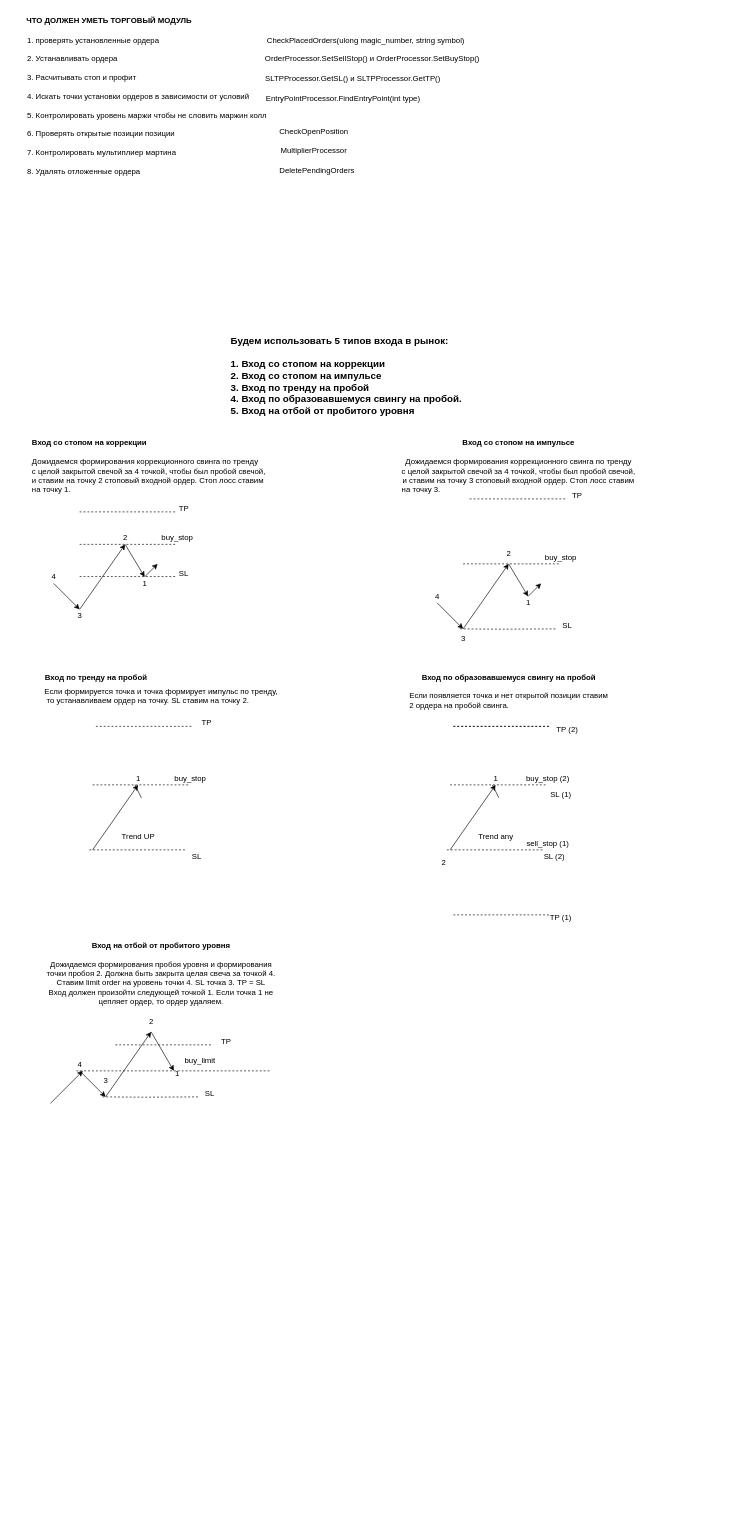
This is Schemas/Trade/Text Info about classes.drawio from Sleem28/Thesis-project, a draw.io file, before an edit. Source tidied: cells renumbered, new cells numbered last; positions are measured from the earlier drawing's top-left corner, leaving out a move shared by most shapes. Both pictures are drawn from the tidied source at 65%, with x=0, y=0 at pixel (18, 11).
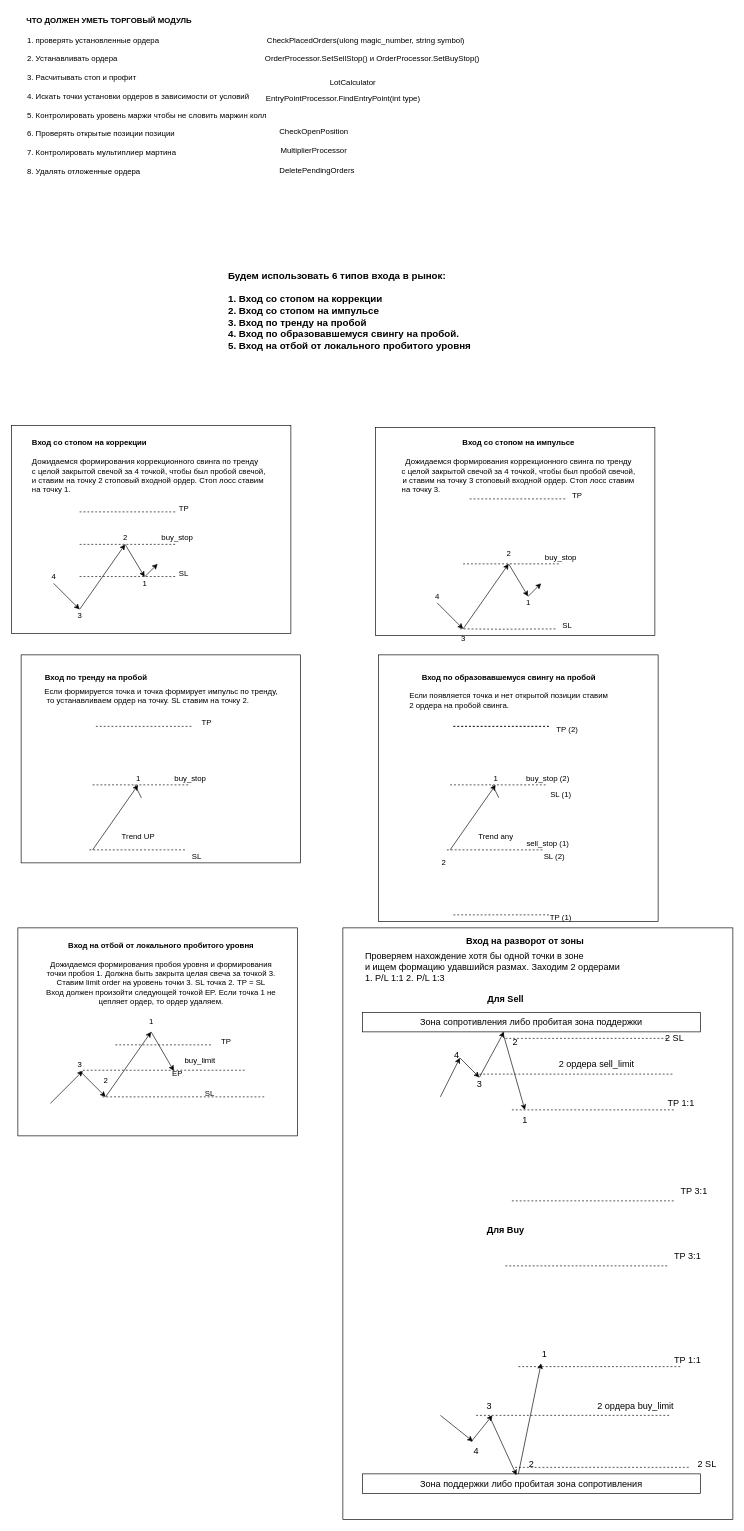
The same diagram, later.

Change to the diagram source:
```diff
@@
-    <mxCell id="4" value="&lt;div style=&quot;text-align: justify; font-size: 15px;&quot;&gt;&lt;span style=&quot;background-color: initial; font-size: 15px;&quot;&gt;Будем использовать 5 типов входа в рынок:&lt;/span&gt;&lt;/div&gt;&lt;div style=&quot;text-align: justify; font-size: 15px;&quot;&gt;&lt;span style=&quot;background-color: initial; font-size: 15px;&quot;&gt;&lt;br&gt;&lt;/span&gt;&lt;/div&gt;&lt;div style=&quot;text-align: justify; font-size: 15px;&quot;&gt;&lt;span style=&quot;background-color: initial; font-size: 15px;&quot;&gt;1. Вход со стопом на коррекции&lt;/span&gt;&lt;/div&gt;&lt;div style=&quot;text-align: justify; font-size: 15px;&quot;&gt;&lt;span style=&quot;background-color: initial; font-size: 15px;&quot;&gt;2. Вход со стопом на импульсе&lt;/span&gt;&lt;/div&gt;&lt;div style=&quot;text-align: justify; font-size: 15px;&quot;&gt;&lt;span style=&quot;background-color: initial; font-size: 15px;&quot;&gt;3. Вход по тренду на пробой&lt;/span&gt;&lt;/div&gt;&lt;div style=&quot;text-align: justify; font-size: 15px;&quot;&gt;&lt;span style=&quot;background-color: initial; font-size: 15px;&quot;&gt;4. Вход по образовавшемуся свингу на пробой.&lt;/span&gt;&lt;/div&gt;&lt;div style=&quot;text-align: justify; font-size: 15px;&quot;&gt;&lt;span style=&quot;background-color: initial; font-size: 15px;&quot;&gt;5. Вход на отбой от пробитого уровня&lt;/span&gt;&lt;/div&gt;" style="text;html=1;align=center;verticalAlign=middle;strokeColor=none;fillColor=none;fontSize=15;fontStyle=1;" parent="1" vertex="1">
-      <mxGeometry x="315" y="490" width="380" height="140" as="geometry" />
+    <mxCell id="4" value="&lt;div style=&quot;text-align: justify; font-size: 15px;&quot;&gt;&lt;span style=&quot;background-color: initial; font-size: 15px;&quot;&gt;Будем использовать 6 типов входа в рынок:&lt;/span&gt;&lt;/div&gt;&lt;div style=&quot;text-align: justify; font-size: 15px;&quot;&gt;&lt;span style=&quot;background-color: initial; font-size: 15px;&quot;&gt;&lt;br&gt;&lt;/span&gt;&lt;/div&gt;&lt;div style=&quot;text-align: justify; font-size: 15px;&quot;&gt;&lt;span style=&quot;background-color: initial; font-size: 15px;&quot;&gt;1. Вход со стопом на коррекции&lt;/span&gt;&lt;/div&gt;&lt;div style=&quot;text-align: justify; font-size: 15px;&quot;&gt;&lt;span style=&quot;background-color: initial; font-size: 15px;&quot;&gt;2. Вход со стопом на импульсе&lt;/span&gt;&lt;/div&gt;&lt;div style=&quot;text-align: justify; font-size: 15px;&quot;&gt;&lt;span style=&quot;background-color: initial; font-size: 15px;&quot;&gt;3. Вход по тренду на пробой&lt;/span&gt;&lt;/div&gt;&lt;div style=&quot;text-align: justify; font-size: 15px;&quot;&gt;&lt;span style=&quot;background-color: initial; font-size: 15px;&quot;&gt;4. Вход по образовавшемуся свингу на пробой.&lt;/span&gt;&lt;/div&gt;&lt;div style=&quot;text-align: justify; font-size: 15px;&quot;&gt;&lt;span style=&quot;background-color: initial; font-size: 15px;&quot;&gt;5. Вход на отбой от локального пробитого уровня&lt;/span&gt;&lt;/div&gt;" style="text;html=1;align=center;verticalAlign=middle;strokeColor=none;fillColor=none;fontSize=15;fontStyle=1;" parent="1" vertex="1">
+      <mxGeometry x="310" y="390" width="400" height="140" as="geometry" />
     </mxCell>
@@
-    <mxCell id="67" value="SLTPProcessor.GetSL() и SLTPProcessor.GetTP()&lt;br&gt;&amp;nbsp;" style="text;html=1;align=center;verticalAlign=middle;strokeColor=none;fillColor=none;" parent="1" vertex="1">
-      <mxGeometry x="370" y="90" width="290" height="40" as="geometry" />
+    <mxCell id="67" value="LotCalculator" style="text;html=1;align=center;verticalAlign=middle;strokeColor=none;fillColor=none;" parent="1" vertex="1">
+      <mxGeometry x="470" y="95" width="90" height="30" as="geometry" />
     </mxCell>
@@
-    <mxCell id="72" value="&lt;b style=&quot;text-align: left;&quot;&gt;Вход на отбой от пробитого уровня&lt;br&gt;&lt;/b&gt;&lt;br style=&quot;text-align: left;&quot;&gt;&lt;span style=&quot;text-align: left;&quot;&gt;Дожидаемся формирования пробоя уровня и формирования&lt;br&gt;&lt;/span&gt;&lt;span style=&quot;text-align: left;&quot;&gt;точки пробоя 2. Должна быть закрыта целая свеча за точкой 4.&lt;br&gt;Ставим limit order на уровень точки 4. SL точка 3. TP = SL&lt;br&gt;Вход должен произойти следующей точкой 1. Если точка 1 не&lt;br&gt;цепляет ордер, то ордер удаляем.&lt;br&gt;&lt;/span&gt;" style="text;html=1;align=center;verticalAlign=middle;strokeColor=none;fillColor=none;fontSize=12;" parent="1" vertex="1">
+    <mxCell id="72" value="&lt;b style=&quot;text-align: left;&quot;&gt;Вход на отбой от локального пробитого уровня&lt;br&gt;&lt;/b&gt;&lt;br style=&quot;text-align: left;&quot;&gt;&lt;span style=&quot;text-align: left;&quot;&gt;Дожидаемся формирования пробоя уровня и формирования&lt;br&gt;&lt;/span&gt;&lt;span style=&quot;text-align: left;&quot;&gt;точки пробоя 1. Должна быть закрыта целая свеча за точкой 3.&lt;br&gt;Ставим limit order на уровень точки 3. SL точка 2. TP = SL&lt;br&gt;Вход должен произойти следующей точкой EP. Если точка 1 не&lt;br&gt;цепляет ордер, то ордер удаляем.&lt;/span&gt;&lt;span style=&quot;text-align: left;&quot;&gt;&lt;br&gt;&lt;/span&gt;" style="text;html=1;align=center;verticalAlign=middle;strokeColor=none;fillColor=none;fontSize=12;" parent="1" vertex="1">
       <mxGeometry x="30" y="1425" width="380" height="110" as="geometry" />
     </mxCell>
@@
-    <mxCell id="76" value="4" style="text;html=1;align=center;verticalAlign=middle;strokeColor=none;fillColor=none;" parent="1" vertex="1">
+    <mxCell id="76" value="3" style="text;html=1;align=center;verticalAlign=middle;strokeColor=none;fillColor=none;" parent="1" vertex="1">
       <mxGeometry x="80" y="1605" width="30" height="30" as="geometry" />
     </mxCell>
-    <mxCell id="77" value="2" style="text;html=1;align=center;verticalAlign=middle;strokeColor=none;fillColor=none;" parent="1" vertex="1">
+    <mxCell id="77" value="1" style="text;html=1;align=center;verticalAlign=middle;strokeColor=none;fillColor=none;" parent="1" vertex="1">
       <mxGeometry x="190" y="1540" width="30" height="30" as="geometry" />
     </mxCell>
-    <mxCell id="78" value="1" style="text;html=1;align=center;verticalAlign=middle;strokeColor=none;fillColor=none;" parent="1" vertex="1">
-      <mxGeometry x="230" y="1620" width="30" height="30" as="geometry" />
+    <mxCell id="78" value="EP" style="text;html=1;align=center;verticalAlign=middle;strokeColor=none;fillColor=none;" parent="1" vertex="1">
+      <mxGeometry x="225" y="1620" width="40" height="30" as="geometry" />
     </mxCell>
     <mxCell id="79" style="endArrow=none;dashed=1;html=1;rounded=0;" parent="1" edge="1">
       <mxGeometry relative="1" as="geometry">
-        <mxPoint x="90" y="1630" as="sourcePoint" />
-        <mxPoint x="390" y="1630" as="targetPoint" />
+        <mxPoint x="710" y="1635" as="sourcePoint" />
+        <mxPoint x="1010" y="1635" as="targetPoint" />
       </mxGeometry>
     </mxCell>
@@
-    <mxCell id="83" value="3" style="text;html=1;align=center;verticalAlign=middle;strokeColor=none;fillColor=none;" parent="1" vertex="1">
+    <mxCell id="83" value="2" style="text;html=1;align=center;verticalAlign=middle;strokeColor=none;fillColor=none;" parent="1" vertex="1">
       <mxGeometry x="120" y="1630" width="30" height="30" as="geometry" />
     </mxCell>
-    <mxCell id="84" style="endArrow=none;dashed=1;html=1;rounded=0;" parent="1" edge="1">
-      <mxGeometry relative="1" as="geometry">
-        <mxPoint x="130" y="1670" as="sourcePoint" />
-        <mxPoint x="280" y="1670" as="targetPoint" />
-        <Array as="points">
-          <mxPoint x="195" y="1670.5" />
-        </Array>
-      </mxGeometry>
-    </mxCell>
@@
+    <mxCell id="87" value="&lt;font style=&quot;font-size: 14px;&quot;&gt;&lt;b&gt;Вход на разворот от зоны&lt;/b&gt;&lt;/font&gt;" style="text;html=1;align=center;verticalAlign=middle;strokeColor=none;fillColor=none;fontSize=13;" parent="1" vertex="1">
+      <mxGeometry x="680" y="1415" width="200" height="30" as="geometry" />
+    </mxCell>
+    <mxCell id="88" value="&lt;div style=&quot;text-align: justify;&quot;&gt;&lt;span style=&quot;background-color: initial;&quot;&gt;Проверяем нахождение хотя бы одной точки в зоне&lt;/span&gt;&lt;/div&gt;&lt;div style=&quot;text-align: justify;&quot;&gt;&lt;span style=&quot;background-color: initial;&quot;&gt;и ищем формацию удавшийся размах. Заходим 2 ордерами&lt;/span&gt;&lt;/div&gt;&lt;div style=&quot;text-align: justify;&quot;&gt;&lt;span style=&quot;background-color: initial;&quot;&gt;1. P/L 1:1 2. P/L 1:3&lt;/span&gt;&lt;/div&gt;" style="text;html=1;align=center;verticalAlign=middle;strokeColor=none;fillColor=none;fontSize=14;" parent="1" vertex="1">
+      <mxGeometry x="520" y="1440" width="420" height="60" as="geometry" />
+    </mxCell>
+    <mxCell id="89" value="Зона сопротивления либо пробитая зона поддержки" style="rounded=0;whiteSpace=wrap;html=1;fontSize=14;" parent="1" vertex="1">
+      <mxGeometry x="530" y="1540" width="520" height="30" as="geometry" />
+    </mxCell>
+    <mxCell id="90" style="endArrow=classic;html=1;rounded=0;fontSize=14;" parent="1" edge="1">
+      <mxGeometry relative="1" as="geometry">
+        <mxPoint x="650" y="1670" as="sourcePoint" />
+        <mxPoint x="680" y="1610" as="targetPoint" />
+      </mxGeometry>
+    </mxCell>
+    <mxCell id="91" style="endArrow=classic;html=1;rounded=0;fontSize=14;" parent="1" edge="1">
+      <mxGeometry relative="1" as="geometry">
+        <mxPoint x="680" y="1610" as="sourcePoint" />
+        <mxPoint x="710" y="1640" as="targetPoint" />
+      </mxGeometry>
+    </mxCell>
+    <mxCell id="92" style="endArrow=classic;html=1;rounded=0;fontSize=14;entryX=0.419;entryY=1;entryDx=0;entryDy=0;entryPerimeter=0;" parent="1" edge="1" target="89">
+      <mxGeometry relative="1" as="geometry">
+        <mxPoint x="710" y="1640" as="sourcePoint" />
+      </mxGeometry>
+    </mxCell>
+    <mxCell id="93" style="endArrow=classic;html=1;rounded=0;fontSize=14;exitX=0.415;exitY=1;exitDx=0;exitDy=0;exitPerimeter=0;" parent="1" edge="1" source="89">
+      <mxGeometry relative="1" as="geometry">
+        <mxPoint x="780" y="1690" as="targetPoint" />
+      </mxGeometry>
+    </mxCell>
+    <mxCell id="94" value="1" style="text;html=1;align=center;verticalAlign=middle;strokeColor=none;fillColor=none;fontSize=14;" parent="1" vertex="1">
+      <mxGeometry x="765" y="1690" width="30" height="30" as="geometry" />
+    </mxCell>
+    <mxCell id="95" value="2" style="text;html=1;align=center;verticalAlign=middle;strokeColor=none;fillColor=none;fontSize=14;" parent="1" vertex="1">
+      <mxGeometry x="750" y="1570" width="30" height="30" as="geometry" />
+    </mxCell>
+    <mxCell id="96" value="3" style="text;html=1;align=center;verticalAlign=middle;strokeColor=none;fillColor=none;fontSize=14;" parent="1" vertex="1">
+      <mxGeometry x="695" y="1635" width="30" height="30" as="geometry" />
+    </mxCell>
+    <mxCell id="97" value="4" style="text;html=1;align=center;verticalAlign=middle;strokeColor=none;fillColor=none;fontSize=14;" parent="1" vertex="1">
+      <mxGeometry x="660" y="1590" width="30" height="30" as="geometry" />
+    </mxCell>
+    <mxCell id="98" value="&lt;b&gt;Для Sell&lt;/b&gt;" style="text;html=1;align=center;verticalAlign=middle;strokeColor=none;fillColor=none;fontSize=14;" parent="1" vertex="1">
+      <mxGeometry x="710" y="1505" width="80" height="30" as="geometry" />
+    </mxCell>
+    <mxCell id="99" style="endArrow=none;dashed=1;html=1;rounded=0;fontSize=14;" parent="1" edge="1">
+      <mxGeometry relative="1" as="geometry">
+        <mxPoint x="130" y="1670" as="sourcePoint" />
+        <mxPoint x="380" y="1670" as="targetPoint" />
+      </mxGeometry>
+    </mxCell>
+    <mxCell id="100" style="endArrow=none;dashed=1;html=1;rounded=0;fontSize=14;" parent="1" edge="1">
+      <mxGeometry relative="1" as="geometry">
+        <mxPoint x="750" y="1580" as="sourcePoint" />
+        <mxPoint x="1000" y="1580" as="targetPoint" />
+      </mxGeometry>
+    </mxCell>
+    <mxCell id="101" style="endArrow=none;dashed=1;html=1;rounded=0;fontSize=14;" parent="1" edge="1">
+      <mxGeometry relative="1" as="geometry">
+        <mxPoint x="760" y="1690" as="sourcePoint" />
+        <mxPoint x="1010" y="1690" as="targetPoint" />
+      </mxGeometry>
+    </mxCell>
+    <mxCell id="102" style="endArrow=none;dashed=1;html=1;rounded=0;fontSize=14;" parent="1" edge="1">
+      <mxGeometry relative="1" as="geometry">
+        <mxPoint x="760" y="1830" as="sourcePoint" />
+        <mxPoint x="1010" y="1830" as="targetPoint" />
+      </mxGeometry>
+    </mxCell>
+    <mxCell id="103" value="2 ордера sell_limit" style="text;html=1;align=center;verticalAlign=middle;strokeColor=none;fillColor=none;fontSize=14;" parent="1" vertex="1">
+      <mxGeometry x="820" y="1605" width="140" height="30" as="geometry" />
+    </mxCell>
+    <mxCell id="104" value="2 SL" style="text;html=1;align=center;verticalAlign=middle;strokeColor=none;fillColor=none;fontSize=14;" parent="1" vertex="1">
+      <mxGeometry x="985" y="1565" width="50" height="30" as="geometry" />
+    </mxCell>
+    <mxCell id="105" value="TP 1:1" style="text;html=1;align=center;verticalAlign=middle;strokeColor=none;fillColor=none;fontSize=14;" parent="1" vertex="1">
+      <mxGeometry x="990" y="1665" width="60" height="30" as="geometry" />
+    </mxCell>
+    <mxCell id="106" value="TP 3:1" style="text;html=1;align=center;verticalAlign=middle;strokeColor=none;fillColor=none;fontSize=14;" parent="1" vertex="1">
+      <mxGeometry x="1010" y="1800" width="60" height="30" as="geometry" />
+    </mxCell>
+    <mxCell id="107" value="&lt;b&gt;Для Buy&lt;/b&gt;" style="text;html=1;align=center;verticalAlign=middle;strokeColor=none;fillColor=none;fontSize=14;" parent="1" vertex="1">
+      <mxGeometry x="710" y="1860" width="80" height="30" as="geometry" />
+    </mxCell>
+    <mxCell id="108" value="Зона поддержки либо пробитая зона сопротивления" style="rounded=0;whiteSpace=wrap;html=1;fontSize=14;" parent="1" vertex="1">
+      <mxGeometry x="530" y="2250" width="520" height="30" as="geometry" />
+    </mxCell>
+    <mxCell id="109" style="endArrow=none;dashed=1;html=1;rounded=0;" parent="1" edge="1">
+      <mxGeometry relative="1" as="geometry">
+        <mxPoint x="705" y="2160" as="sourcePoint" />
+        <mxPoint x="1005" y="2160" as="targetPoint" />
+      </mxGeometry>
+    </mxCell>
+    <mxCell id="110" style="endArrow=classic;html=1;rounded=0;fontSize=14;" parent="1" edge="1">
+      <mxGeometry relative="1" as="geometry">
+        <mxPoint x="650" y="2160" as="sourcePoint" />
+        <mxPoint x="700" y="2200" as="targetPoint" />
+      </mxGeometry>
+    </mxCell>
+    <mxCell id="111" style="endArrow=classic;html=1;rounded=0;fontSize=14;exitX=0.233;exitY=0.033;exitDx=0;exitDy=0;exitPerimeter=0;" parent="1" edge="1" source="114">
+      <mxGeometry relative="1" as="geometry">
+        <mxPoint x="730" y="2160" as="targetPoint" />
+      </mxGeometry>
+    </mxCell>
+    <mxCell id="112" value="1" style="text;html=1;align=center;verticalAlign=middle;strokeColor=none;fillColor=none;fontSize=14;" parent="1" vertex="1">
+      <mxGeometry x="795" y="2050" width="30" height="30" as="geometry" />
+    </mxCell>
+    <mxCell id="113" value="3" style="text;html=1;align=center;verticalAlign=middle;strokeColor=none;fillColor=none;fontSize=14;" parent="1" vertex="1">
+      <mxGeometry x="710" y="2130" width="30" height="30" as="geometry" />
+    </mxCell>
+    <mxCell id="114" value="4" style="text;html=1;align=center;verticalAlign=middle;points=[];strokeColor=none;fillColor=none;fontSize=14;" parent="1" vertex="1">
+      <mxGeometry x="690" y="2200" width="30" height="30" as="geometry" />
+    </mxCell>
+    <mxCell id="115" style="endArrow=none;dashed=1;html=1;rounded=0;fontSize=14;" parent="1" edge="1">
+      <mxGeometry relative="1" as="geometry">
+        <mxPoint x="765" y="2240" as="sourcePoint" />
+        <mxPoint x="1035" y="2240" as="targetPoint" />
+      </mxGeometry>
+    </mxCell>
+    <mxCell id="116" style="endArrow=none;dashed=1;html=1;rounded=0;fontSize=14;" parent="1" edge="1">
+      <mxGeometry relative="1" as="geometry">
+        <mxPoint x="750" y="1930" as="sourcePoint" />
+        <mxPoint x="1000" y="1930" as="targetPoint" />
+      </mxGeometry>
+    </mxCell>
+    <mxCell id="117" value="2 ордера buy_limit" style="text;html=1;align=center;verticalAlign=middle;strokeColor=none;fillColor=none;fontSize=14;" parent="1" vertex="1">
+      <mxGeometry x="880" y="2130" width="140" height="30" as="geometry" />
+    </mxCell>
+    <mxCell id="118" value="TP 3:1" style="text;html=1;align=center;verticalAlign=middle;strokeColor=none;fillColor=none;fontSize=14;" parent="1" vertex="1">
+      <mxGeometry x="1000" y="1900" width="60" height="30" as="geometry" />
+    </mxCell>
+    <mxCell id="119" style="endArrow=classic;html=1;rounded=0;fontSize=14;entryX=0.456;entryY=0.067;entryDx=0;entryDy=0;entryPerimeter=0;" parent="1" edge="1" target="108">
+      <mxGeometry relative="1" as="geometry">
+        <mxPoint x="725" y="2160" as="sourcePoint" />
+      </mxGeometry>
+    </mxCell>
+    <mxCell id="120" style="endArrow=classic;html=1;rounded=0;fontSize=14;" parent="1" edge="1">
+      <mxGeometry relative="1" as="geometry">
+        <mxPoint x="770" y="2250" as="sourcePoint" />
+        <mxPoint x="805" y="2080" as="targetPoint" />
+      </mxGeometry>
+    </mxCell>
+    <mxCell id="121" value="2" style="text;html=1;align=center;verticalAlign=middle;strokeColor=none;fillColor=none;fontSize=14;" parent="1" vertex="1">
+      <mxGeometry x="775" y="2220" width="30" height="30" as="geometry" />
+    </mxCell>
+    <mxCell id="122" value="2 SL" style="text;html=1;align=center;verticalAlign=middle;strokeColor=none;fillColor=none;fontSize=14;" parent="1" vertex="1">
+      <mxGeometry x="1035" y="2220" width="50" height="30" as="geometry" />
+    </mxCell>
+    <mxCell id="123" style="endArrow=none;dashed=1;html=1;rounded=0;fontSize=14;" parent="1" edge="1">
+      <mxGeometry relative="1" as="geometry">
+        <mxPoint x="770" y="2085" as="sourcePoint" />
+        <mxPoint x="1020" y="2085" as="targetPoint" />
+      </mxGeometry>
+    </mxCell>
+    <mxCell id="124" value="TP 1:1" style="text;html=1;align=center;verticalAlign=middle;strokeColor=none;fillColor=none;fontSize=14;" parent="1" vertex="1">
+      <mxGeometry x="1000" y="2060" width="60" height="30" as="geometry" />
+    </mxCell>
+    <mxCell id="125" style="rounded=0;whiteSpace=wrap;html=1;fontSize=14;fillColor=none;" parent="1" vertex="1">
+      <mxGeometry y="1410" width="430" height="320" as="geometry" />
+    </mxCell>
+    <mxCell id="126" style="rounded=0;whiteSpace=wrap;html=1;fontSize=14;fillColor=none;" parent="1" vertex="1">
+      <mxGeometry x="500" y="1410" width="600" height="910" as="geometry" />
+    </mxCell>
+    <mxCell id="127" style="rounded=0;whiteSpace=wrap;html=1;fontSize=14;fillColor=none;" parent="1" vertex="1">
+      <mxGeometry x="5" y="990" width="430" height="320" as="geometry" />
+    </mxCell>
+    <mxCell id="128" style="rounded=0;whiteSpace=wrap;html=1;fontSize=14;fillColor=none;" parent="1" vertex="1">
+      <mxGeometry x="555" y="990" width="430" height="410" as="geometry" />
+    </mxCell>
+    <mxCell id="129" style="rounded=0;whiteSpace=wrap;html=1;fontSize=14;fillColor=none;" parent="1" vertex="1">
+      <mxGeometry x="-10" y="637" width="430" height="320" as="geometry" />
+    </mxCell>
+    <mxCell id="130" style="rounded=0;whiteSpace=wrap;html=1;fontSize=14;fillColor=none;" parent="1" vertex="1">
+      <mxGeometry x="550" y="640" width="430" height="320" as="geometry" />
+    </mxCell>
+    <mxCell id="131" style="endArrow=none;dashed=1;html=1;rounded=0;fontSize=14;" parent="1" edge="1">
+      <mxGeometry relative="1" as="geometry">
+        <mxPoint x="100" y="1629" as="sourcePoint" />
+        <mxPoint x="350" y="1629" as="targetPoint" />
+      </mxGeometry>
+    </mxCell>
```
